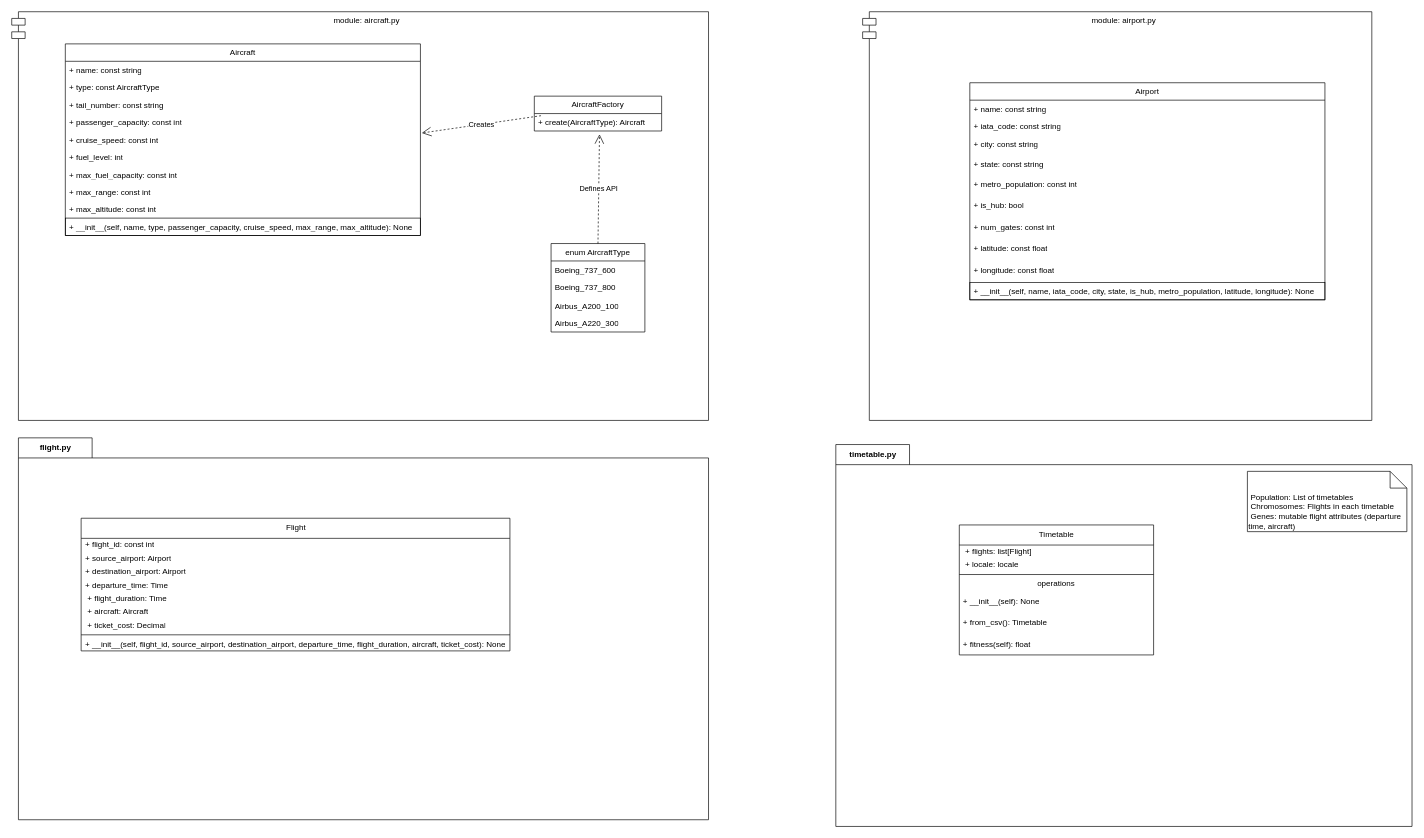
Before: docs/diagrams/classes.drawio in CoreyMLawrence/Comfort-Airlines, a draw.io diagram. Source tidied: cells renumbered, new cells numbered last; positions are measured from the earlier drawing's top-left corner, leaving out a move shared by most shapes. Both pictures are drawn from the tidied source at 67%, with x=0, y=0 at pixel (11, 11).
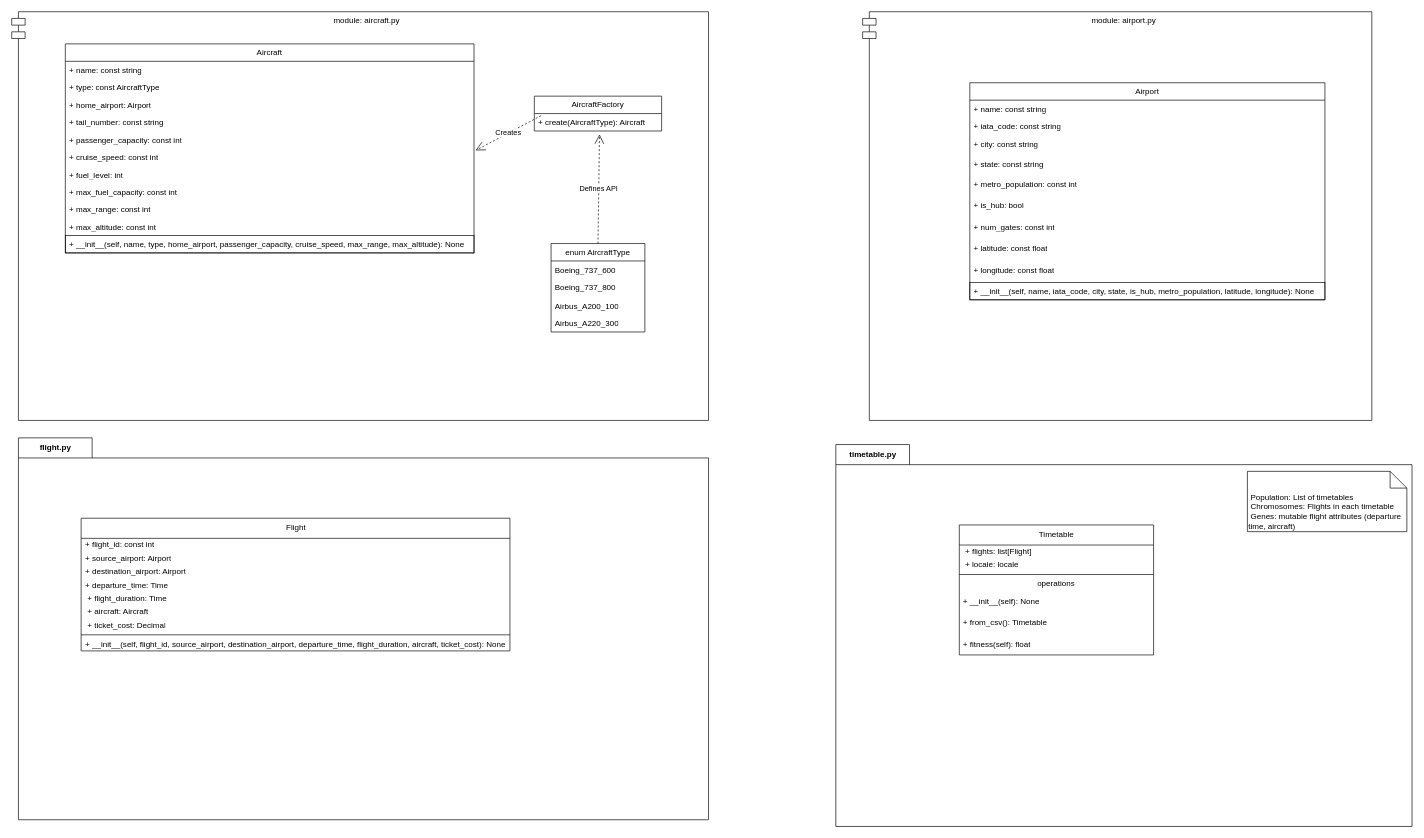
After the change.

Commit message (it also covers changes not shown here):
created greedy algorithm outline

What changed in the source:
```diff
@@
     <mxCell id="4" value="Aircraft" style="swimlane;fontStyle=0;horizontal=1;startSize=26;fillColor=none;whiteSpace=wrap;html=1;" parent="1" vertex="1">
-      <mxGeometry x="80" y="48" width="530" height="286" as="geometry" />
+      <mxGeometry x="80" y="48" width="610" height="312" as="geometry" />
     </mxCell>
     <mxCell id="5" value="+ name: const string" style="text;strokeColor=none;fillColor=none;align=left;verticalAlign=top;spacingLeft=4;spacingRight=4;overflow=hidden;whiteSpace=wrap;html=1;" parent="4" vertex="1">
-      <mxGeometry y="26" width="530" height="26" as="geometry" />
+      <mxGeometry y="26" width="610" height="26" as="geometry" />
     </mxCell>
     <mxCell id="6" value="+ type: const AircraftType" style="text;strokeColor=none;fillColor=none;align=left;verticalAlign=top;spacingLeft=4;spacingRight=4;overflow=hidden;whiteSpace=wrap;html=1;" parent="4" vertex="1">
-      <mxGeometry y="52" width="530" height="26" as="geometry" />
+      <mxGeometry y="52" width="610" height="26" as="geometry" />
     </mxCell>
+    <mxCell id="58" value="+ home_airport: Airport" style="text;strokeColor=none;fillColor=none;align=left;verticalAlign=top;spacingLeft=4;spacingRight=4;overflow=hidden;whiteSpace=wrap;html=1;" parent="4" vertex="1">
+      <mxGeometry y="78" width="610" height="26" as="geometry" />
+    </mxCell>
     <mxCell id="7" value="+ tail_number: const string" style="text;strokeColor=none;fillColor=none;align=left;verticalAlign=top;spacingLeft=4;spacingRight=4;overflow=hidden;whiteSpace=wrap;html=1;" parent="4" vertex="1">
-      <mxGeometry y="78" width="530" height="26" as="geometry" />
+      <mxGeometry y="104" width="610" height="26" as="geometry" />
     </mxCell>
     <mxCell id="8" value="+ passenger_capacity: const int" style="text;strokeColor=none;fillColor=none;align=left;verticalAlign=top;spacingLeft=4;spacingRight=4;overflow=hidden;whiteSpace=wrap;html=1;" parent="4" vertex="1">
-      <mxGeometry y="104" width="530" height="26" as="geometry" />
+      <mxGeometry y="130" width="610" height="26" as="geometry" />
     </mxCell>
     <mxCell id="9" value="+ cruise_speed: const int" style="text;strokeColor=none;fillColor=none;align=left;verticalAlign=top;spacingLeft=4;spacingRight=4;overflow=hidden;points=[[0,0.5],[1,0.5]];portConstraint=eastwest;whiteSpace=wrap;html=1;" parent="4" vertex="1">
-      <mxGeometry y="130" width="530" height="26" as="geometry" />
+      <mxGeometry y="156" width="610" height="26" as="geometry" />
     </mxCell>
     <mxCell id="10" value="+ fuel_level: int" style="text;strokeColor=none;fillColor=none;align=left;verticalAlign=top;spacingLeft=4;spacingRight=4;overflow=hidden;whiteSpace=wrap;html=1;" parent="4" vertex="1">
-      <mxGeometry y="156" width="530" height="26" as="geometry" />
+      <mxGeometry y="182" width="610" height="26" as="geometry" />
     </mxCell>
     <mxCell id="11" value="+ max_fuel_capacity: const int" style="text;strokeColor=none;fillColor=none;align=left;verticalAlign=top;spacingLeft=4;spacingRight=4;overflow=hidden;whiteSpace=wrap;html=1;" parent="4" vertex="1">
-      <mxGeometry y="182" width="530" height="26" as="geometry" />
+      <mxGeometry y="208" width="610" height="26" as="geometry" />
     </mxCell>
     <mxCell id="12" value="+ max_range: const int" style="text;strokeColor=none;fillColor=none;align=left;verticalAlign=top;spacingLeft=4;spacingRight=4;overflow=hidden;whiteSpace=wrap;html=1;" parent="4" vertex="1">
-      <mxGeometry y="208" width="530" height="26" as="geometry" />
+      <mxGeometry y="234" width="610" height="26" as="geometry" />
     </mxCell>
     <mxCell id="13" value="+ max_altitude: const int" style="text;strokeColor=none;fillColor=none;align=left;verticalAlign=top;spacingLeft=4;spacingRight=4;overflow=hidden;whiteSpace=wrap;html=1;" parent="4" vertex="1">
-      <mxGeometry y="234" width="530" height="26" as="geometry" />
+      <mxGeometry y="260" width="610" height="26" as="geometry" />
     </mxCell>
-    <mxCell id="14" value="+ __init__(self, name, type, passenger_capacity, cruise_speed, max_range, max_altitude): None" style="text;strokeColor=default;fillColor=none;align=left;verticalAlign=top;spacingLeft=4;spacingRight=4;overflow=hidden;whiteSpace=wrap;html=1;" parent="4" vertex="1">
-      <mxGeometry y="260" width="530" height="26" as="geometry" />
+    <mxCell id="14" value="+ __init__(self, name, type, home_airport, passenger_capacity, cruise_speed, max_range, max_altitude): None" style="text;strokeColor=default;fillColor=none;align=left;verticalAlign=top;spacingLeft=4;spacingRight=4;overflow=hidden;whiteSpace=wrap;html=1;" parent="4" vertex="1">
+      <mxGeometry y="286" width="610" height="26" as="geometry" />
     </mxCell>
```
